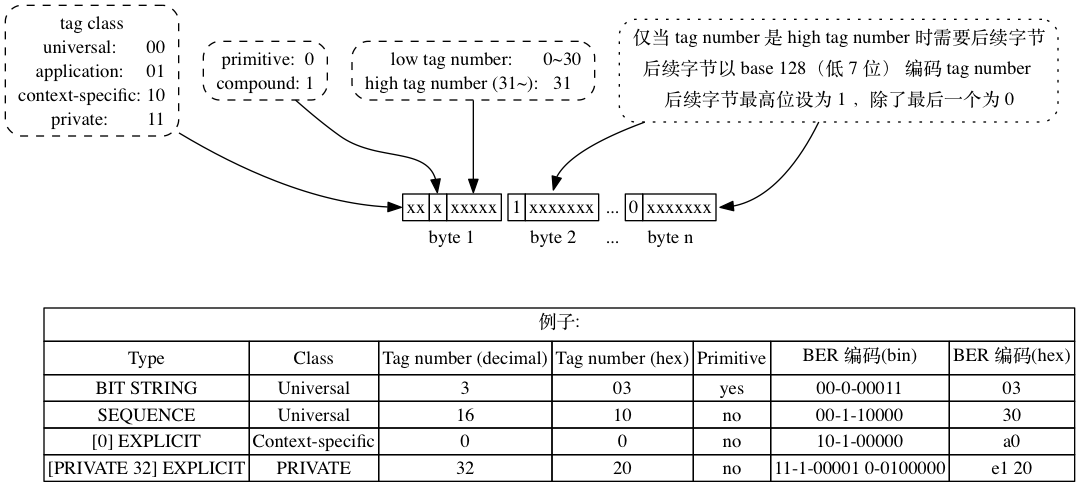
The Graphviz diagram post/2017/public-key-cryptography-notes-2-1-asn1/asn1-ber-identifier-octets.png in huangjunwen/huangjunwen.github.io, before a commit. Its source is kept beside it as post/2017/public-key-cryptography-notes-2-1-asn1/asn1-ber-identifier-octets.dot.
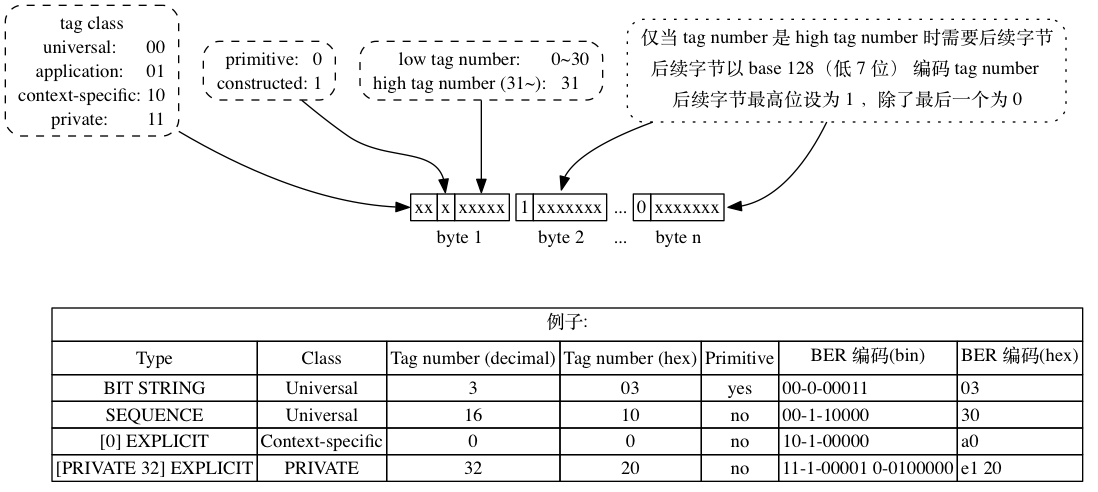
The same diagram one commit later.

Change to the diagram source:
```diff
@@ -17,7 +17,7 @@
     tag_kind [label=<
         <table border="0" cellborder="0" cellspacing="0">
             <tr><td>primitive:</td><td>0</td></tr>
-            <tr><td>compound:</td><td>1</td></tr>
+            <tr><td>constructed:</td><td>1</td></tr>
         </table>
     >];
 
@@ -76,10 +76,10 @@
         <table border="0" cellborder="1" cellspacing="0">
             <tr><td colspan="7">例子:</td></tr>
             <tr><td>Type</td><td>Class</td><td>Tag number (decimal)</td><td>Tag number (hex)</td><td>Primitive</td><td>BER 编码(bin)</td><td>BER 编码(hex)</td></tr>
-            <tr><td>BIT STRING</td><td>Universal</td><td>3</td><td>03</td><td>yes</td><td>00-0-00011</td><td>03</td></tr>
-            <tr><td>SEQUENCE</td><td>Universal</td><td>16</td><td>10</td><td>no</td><td>00-1-10000</td><td>30</td></tr>
-            <tr><td>[0] EXPLICIT</td><td>Context-specific</td><td>0</td><td>0</td><td>no</td><td>10-1-00000</td><td>a0</td></tr>
-            <tr><td>[PRIVATE 32] EXPLICIT</td><td>PRIVATE</td><td>32</td><td>20</td><td>no</td><td>11-1-00001 0-0100000</td><td>e1 20</td></tr>
+            <tr><td>BIT STRING</td><td>Universal</td><td>3</td><td>03</td><td>yes</td><td align="left">00-0-00011</td><td align="left">03</td></tr>
+            <tr><td>SEQUENCE</td><td>Universal</td><td>16</td><td>10</td><td>no</td><td align="left">00-1-10000</td><td align="left">30</td></tr>
+            <tr><td>[0] EXPLICIT</td><td>Context-specific</td><td>0</td><td>0</td><td>no</td><td align="left">10-1-00000</td><td align="left">a0</td></tr>
+            <tr><td>[PRIVATE 32] EXPLICIT</td><td>PRIVATE</td><td>32</td><td>20</td><td>no</td><td align="left">11-1-00001 0-0100000</td><td align="left">e1 20</td></tr>
         </table>
     >, group="vanguard"];
 
```
